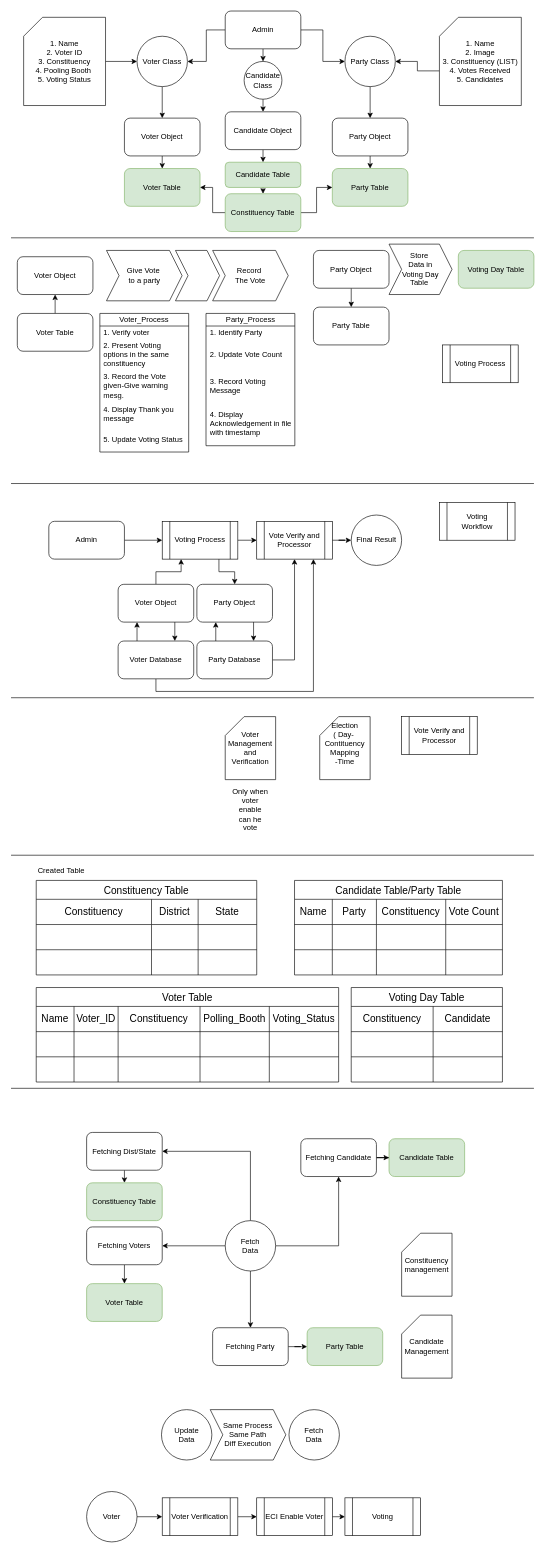
The draw.io diagram C#_Voting_Project.drawio in soumyadip-Roy/team_B, before the edit. Source tidied: cells renumbered, new cells numbered last; positions are measured from the earlier drawing's top-left corner, leaving out a move shared by most shapes. Both pictures are drawn from the tidied source at 63%, with x=0, y=0 at pixel (11, 11).
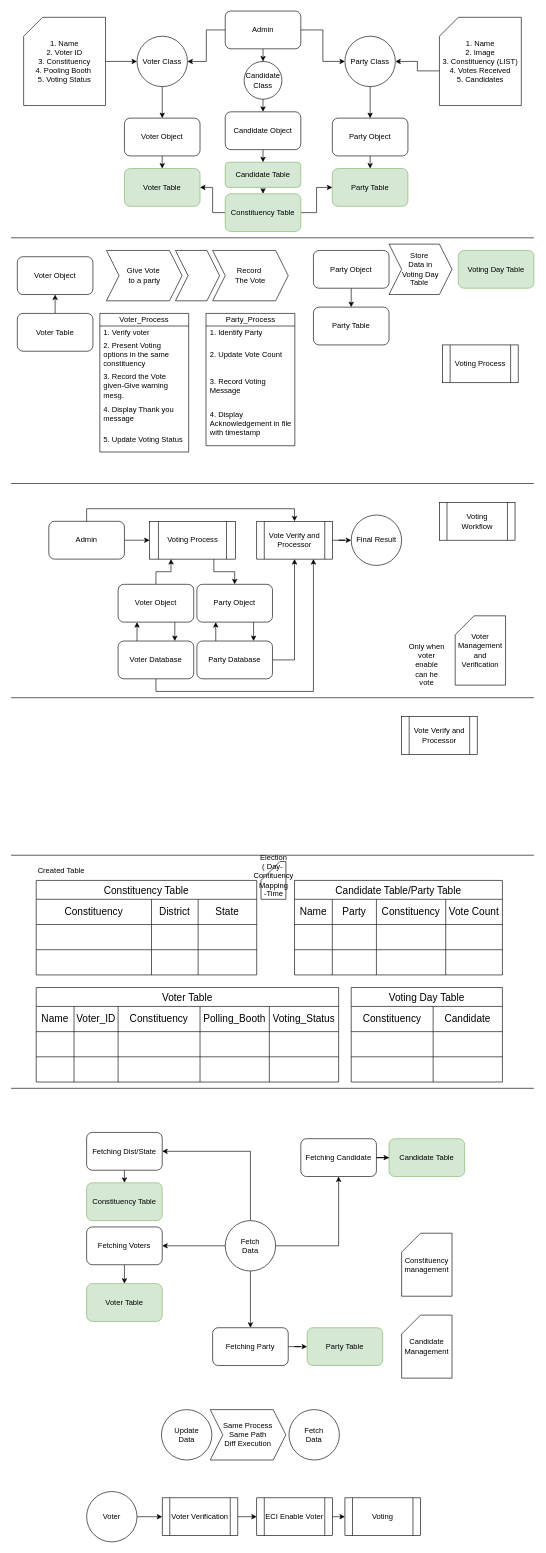
After the change.

Commit message:
Divided work among collaborators

The change refers to these unchanged cells:
```xml
<mxCell id="47" value="Admin" style="rounded=1;whiteSpace=wrap;html=1;" parent="1" vertex="1">
  <mxGeometry x="60" y="810" width="120" height="60" as="geometry" />
</mxCell>
<mxCell id="52" value="Vote Verify and Processor" style="shape=process;whiteSpace=wrap;html=1;backgroundOutline=1;" parent="1" vertex="1">
  <mxGeometry x="390" y="810" width="120" height="60" as="geometry" />
</mxCell>
```

Change to the diagram source:
```diff
@@
+    <mxCell id="169" style="edgeStyle=orthogonalEdgeStyle;rounded=0;jettySize=auto;html=1;exitX=0.5;exitY=0;exitDx=0;exitDy=0;entryX=0.5;entryY=0;entryDx=0;entryDy=0;" parent="1" edge="1" source="47" target="52">
+      <mxGeometry relative="1" as="geometry" />
+    </mxCell>
@@
-    <mxCell id="48" style="edgeStyle=orthogonalEdgeStyle;rounded=0;jettySize=auto;html=1;exitX=1;exitY=0.5;exitDx=0;exitDy=0;entryX=0;entryY=0.5;entryDx=0;entryDy=0;" parent="1" edge="1" source="50" target="52">
-      <mxGeometry relative="1" as="geometry" />
-    </mxCell>
@@
     <mxCell id="50" value="Voting Process" style="shape=process;whiteSpace=wrap;html=1;backgroundOutline=1;" parent="1" vertex="1">
-      <mxGeometry x="240" y="810" width="120" height="60" as="geometry" />
+      <mxGeometry x="220" y="810" width="136" height="60" as="geometry" />
     </mxCell>
@@
     <mxCell id="67" value="Voter Management and Verification" style="shape=card;whiteSpace=wrap;html=1;" parent="1" vertex="1">
-      <mxGeometry x="340" y="1120" width="80" height="100" as="geometry" />
+      <mxGeometry x="705" y="960" width="80" height="110" as="geometry" />
     </mxCell>
     <mxCell id="68" value="Only when voter enable can he vote&lt;div&gt;&lt;br&gt;&lt;/div&gt;" style="text;html=1;whiteSpace=wrap;strokeColor=none;fillColor=none;align=center;verticalAlign=middle;rounded=0;" parent="1" vertex="1">
-      <mxGeometry x="350" y="1260" width="60" height="30" as="geometry" />
+      <mxGeometry x="630" y="1030" width="60" height="30" as="geometry" />
     </mxCell>
     <mxCell id="69" value="Election&lt;div&gt;(&amp;nbsp;&lt;span style=&quot;background-color: transparent; color: light-dark(rgb(0, 0, 0), rgb(255, 255, 255));&quot;&gt;Day-&amp;nbsp;&lt;/span&gt;&lt;/div&gt;&lt;div&gt;&lt;span style=&quot;background-color: transparent; color: light-dark(rgb(0, 0, 0), rgb(255, 255, 255));&quot;&gt;Contituency Mapping&lt;/span&gt;&lt;/div&gt;&lt;div&gt;-Time&lt;/div&gt;&lt;div&gt;&lt;br&gt;&lt;/div&gt;" style="shape=card;whiteSpace=wrap;html=1;" parent="1" vertex="1">
-      <mxGeometry x="490" y="1120" width="80" height="100" as="geometry" />
+      <mxGeometry x="396.8" y="1350" width="39.5" height="60" as="geometry" />
     </mxCell>
```
